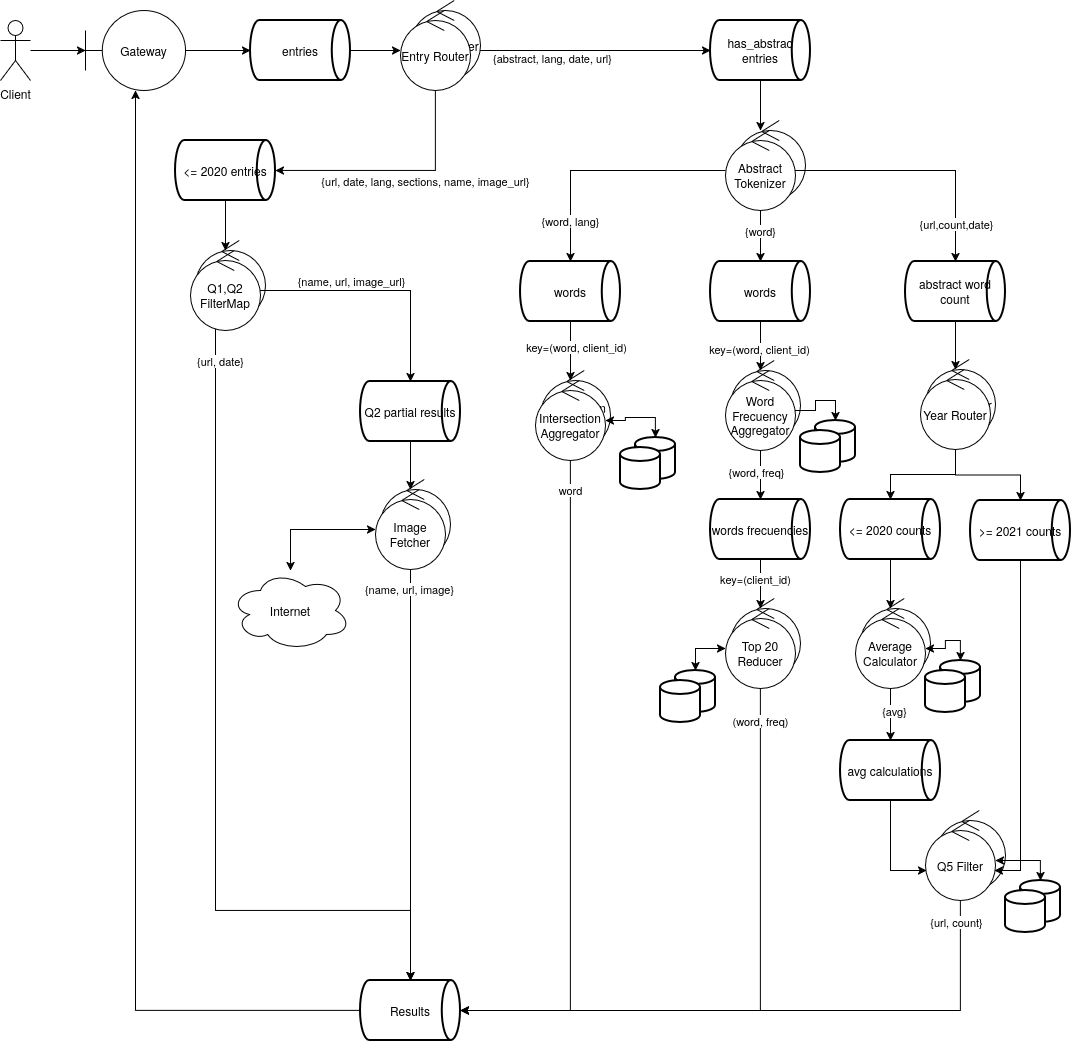
This is diagrams/Distribuidos - TP Diseño-Robustez.drawio.png from mrti259/fiuba-tp-template, a draw.io export, as it was before one commit. Source tidied: cells renumbered, new cells last; positions are measured from the earlier drawing's top-left corner, leaving out a move shared by most shapes.
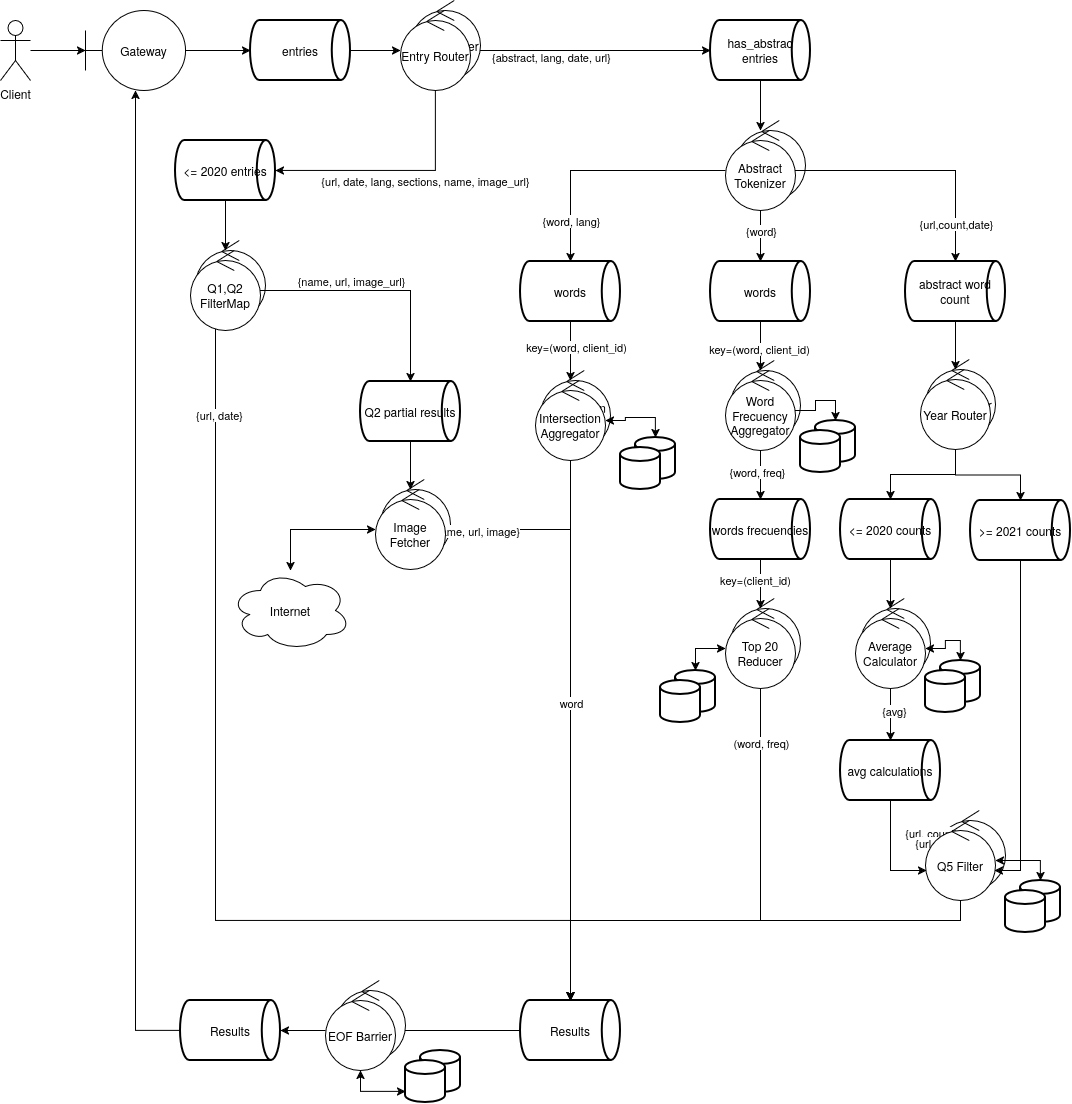
After the commit.

Commit message:
TP diseño: elimina sinks, EOFBarrier en DAG; tareas por etapa con estimados

Change to the diagram source:
```diff
@@ -101,15 +101,15 @@
       <mxGeometry x="360" y="381" width="100" height="60" as="geometry" />
     </mxCell>
     <mxCell id="32" style="edgeStyle=orthogonalEdgeStyle;rounded=0;jettySize=auto;html=1;" parent="1" edge="1" source="34" target="79">
-      <mxGeometry relative="1" as="geometry">
+      <mxGeometry x="-0.02" relative="1" as="geometry">
         <Array as="points">
-          <mxPoint x="215" y="910" />
-          <mxPoint x="410" y="910" />
+          <mxPoint x="215" y="920" />
+          <mxPoint x="570" y="920" />
         </Array>
       </mxGeometry>
     </mxCell>
     <mxCell id="33" value="{url, date}" style="edgeLabel;html=1;align=center;verticalAlign=middle;" parent="32" vertex="1">
-      <mxGeometry x="-0.88" y="4" relative="1" as="geometry">
+      <mxGeometry x="-0.8" y="4" relative="1" as="geometry">
         <mxPoint y="-18" as="offset" />
       </mxGeometry>
     </mxCell>
@@ -239,17 +239,23 @@
       <mxGeometry x="840" y="740" width="100" height="60" as="geometry" />
     </mxCell>
     <mxCell id="71" style="edgeStyle=orthogonalEdgeStyle;rounded=0;jettySize=auto;html=1;" parent="1" edge="1" source="73" target="79">
-      <mxGeometry relative="1" as="geometry">
+      <mxGeometry x="-0.38" relative="1" as="geometry">
         <Array as="points">
-          <mxPoint x="960" y="1010" />
+          <mxPoint x="960" y="920" />
+          <mxPoint x="570" y="920" />
         </Array>
       </mxGeometry>
     </mxCell>
     <mxCell id="72" value="{url, count}" style="edgeLabel;html=1;align=center;verticalAlign=middle;" parent="71" vertex="1">
-      <mxGeometry x="-0.12" y="-1" relative="1" as="geometry">
+      <mxGeometry x="-0.17" y="-1" relative="1" as="geometry">
         <mxPoint x="153" y="-87" as="offset" />
       </mxGeometry>
     </mxCell>
+    <mxCell id="98" value="{url, count}" style="edgeLabel;html=1;align=center;verticalAlign=middle;" parent="71" vertex="1">
+      <mxGeometry x="-0.17" y="-1" relative="1" as="geometry">
+        <mxPoint x="163" y="-77" as="offset" />
+      </mxGeometry>
+    </mxCell>
     <mxCell id="73" value="Q5 Filter" style="ellipse;shape=umlControl;whiteSpace=wrap;html=1;" parent="1" vertex="1">
       <mxGeometry x="925" y="820" width="70" height="80" as="geometry" />
     </mxCell>
@@ -265,33 +271,37 @@
     <mxCell id="77" value="Entry Router" style="ellipse;shape=umlControl;whiteSpace=wrap;html=1;shadow=0;strokeColor=default;perimeterSpacing=0;" parent="1" vertex="1">
       <mxGeometry x="400" y="10" width="70" height="80" as="geometry" />
     </mxCell>
-    <mxCell id="78" style="edgeStyle=orthogonalEdgeStyle;rounded=0;jettySize=auto;html=1;" parent="1" edge="1" source="79" target="18">
-      <mxGeometry relative="1" as="geometry" />
+    <mxCell id="78" style="edgeStyle=orthogonalEdgeStyle;rounded=0;jettySize=auto;html=1;" parent="1" edge="1" source="100" target="18">
+      <mxGeometry x="-0.05" relative="1" as="geometry">
+        <Array as="points">
+          <mxPoint x="135" y="1030" />
+        </Array>
+      </mxGeometry>
     </mxCell>
+    <mxCell id="99" style="edgeStyle=orthogonalEdgeStyle;rounded=0;jettySize=auto;html=1;" parent="1" edge="1" source="79" target="103">
+      <mxGeometry relative="1" as="geometry" />
+    </mxCell>
     <mxCell id="79" value="Results" style="strokeWidth=2;html=1;shape=mxgraph.flowchart.direct_data;whiteSpace=wrap;" parent="1" vertex="1">
-      <mxGeometry x="360" y="980" width="100" height="60" as="geometry" />
+      <mxGeometry x="520" y="1000" width="100" height="60" as="geometry" />
     </mxCell>
-    <mxCell id="80" style="edgeStyle=orthogonalEdgeStyle;rounded=0;jettySize=auto;html=1;entryX=1;entryY=0.5;entryDx=0;entryDy=0;entryPerimeter=0;" parent="1" edge="1" source="55" target="79">
-      <mxGeometry relative="1" as="geometry">
+    <mxCell id="80" style="edgeStyle=orthogonalEdgeStyle;rounded=0;jettySize=auto;html=1;" parent="1" edge="1" source="55" target="79">
+      <mxGeometry x="-0.04" relative="1" as="geometry">
         <Array as="points">
-          <mxPoint x="760" y="1010" />
+          <mxPoint x="760" y="920" />
+          <mxPoint x="570" y="920" />
         </Array>
       </mxGeometry>
     </mxCell>
     <mxCell id="81" value="(word, freq)" style="edgeLabel;html=1;align=center;verticalAlign=middle;" parent="80" vertex="1">
-      <mxGeometry x="-0.6" y="-2" relative="1" as="geometry">
+      <mxGeometry x="-0.42" y="-2" relative="1" as="geometry">
         <mxPoint x="2" y="-92" as="offset" />
       </mxGeometry>
     </mxCell>
-    <mxCell id="82" style="edgeStyle=orthogonalEdgeStyle;rounded=0;jettySize=auto;html=1;entryX=1;entryY=0.5;entryDx=0;entryDy=0;entryPerimeter=0;" parent="1" edge="1" source="48" target="79">
-      <mxGeometry relative="1" as="geometry">
-        <Array as="points">
-          <mxPoint x="570" y="1010" />
-        </Array>
-      </mxGeometry>
+    <mxCell id="82" style="edgeStyle=orthogonalEdgeStyle;rounded=0;jettySize=auto;html=1;" parent="1" edge="1" source="48" target="79">
+      <mxGeometry x="0.62" relative="1" as="geometry" />
     </mxCell>
     <mxCell id="83" value="word" style="edgeLabel;html=1;align=center;verticalAlign=middle;" parent="82" vertex="1">
-      <mxGeometry x="-0.08" y="3" relative="1" as="geometry">
+      <mxGeometry x="0.92" y="3" relative="1" as="geometry">
         <mxPoint x="-3" y="-275" as="offset" />
       </mxGeometry>
     </mxCell>
@@ -337,5 +347,30 @@
     <mxCell id="97" style="edgeStyle=orthogonalEdgeStyle;rounded=0;jettySize=auto;html=1;entryX=0.5;entryY=0;entryDx=0;entryDy=0;entryPerimeter=0;" parent="1" edge="1" source="54" target="86">
       <mxGeometry relative="1" as="geometry" />
     </mxCell>
+    <mxCell id="100" value="Results" style="strokeWidth=2;html=1;shape=mxgraph.flowchart.direct_data;whiteSpace=wrap;" parent="1" vertex="1">
+      <mxGeometry x="180" y="1000" width="100" height="60" as="geometry" />
+    </mxCell>
+    <mxCell id="101" style="ellipse;shape=umlControl;whiteSpace=wrap;html=1;" parent="1" vertex="1">
+      <mxGeometry x="335" y="980" width="70" height="80" as="geometry" />
+    </mxCell>
+    <mxCell id="102" style="edgeStyle=orthogonalEdgeStyle;rounded=0;jettySize=auto;html=1;" parent="1" edge="1" source="103" target="100">
+      <mxGeometry relative="1" as="geometry" />
+    </mxCell>
+    <mxCell id="103" value="EOF Barrier" style="ellipse;shape=umlControl;whiteSpace=wrap;html=1;" parent="1" vertex="1">
+      <mxGeometry x="325" y="990" width="70" height="80" as="geometry" />
+    </mxCell>
+    <mxCell id="104" style="strokeWidth=2;html=1;shape=mxgraph.flowchart.database;whiteSpace=wrap;" parent="1" vertex="1">
+      <mxGeometry x="420" y="1050" width="40" height="42" as="geometry" />
+    </mxCell>
+    <mxCell id="105" style="strokeWidth=2;html=1;shape=mxgraph.flowchart.database;whiteSpace=wrap;" parent="1" vertex="1">
+      <mxGeometry x="405" y="1060" width="40" height="42" as="geometry" />
+    </mxCell>
+    <mxCell id="106" style="edgeStyle=orthogonalEdgeStyle;rounded=0;jettySize=auto;html=1;startArrow=classic;startFill=1;" parent="1" edge="1" source="103" target="105">
+      <mxGeometry x="-0.1" relative="1" as="geometry">
+        <Array as="points">
+          <mxPoint x="360" y="1091" />
+        </Array>
+      </mxGeometry>
+    </mxCell>
   </root>
 </mxGraphModel>
```
